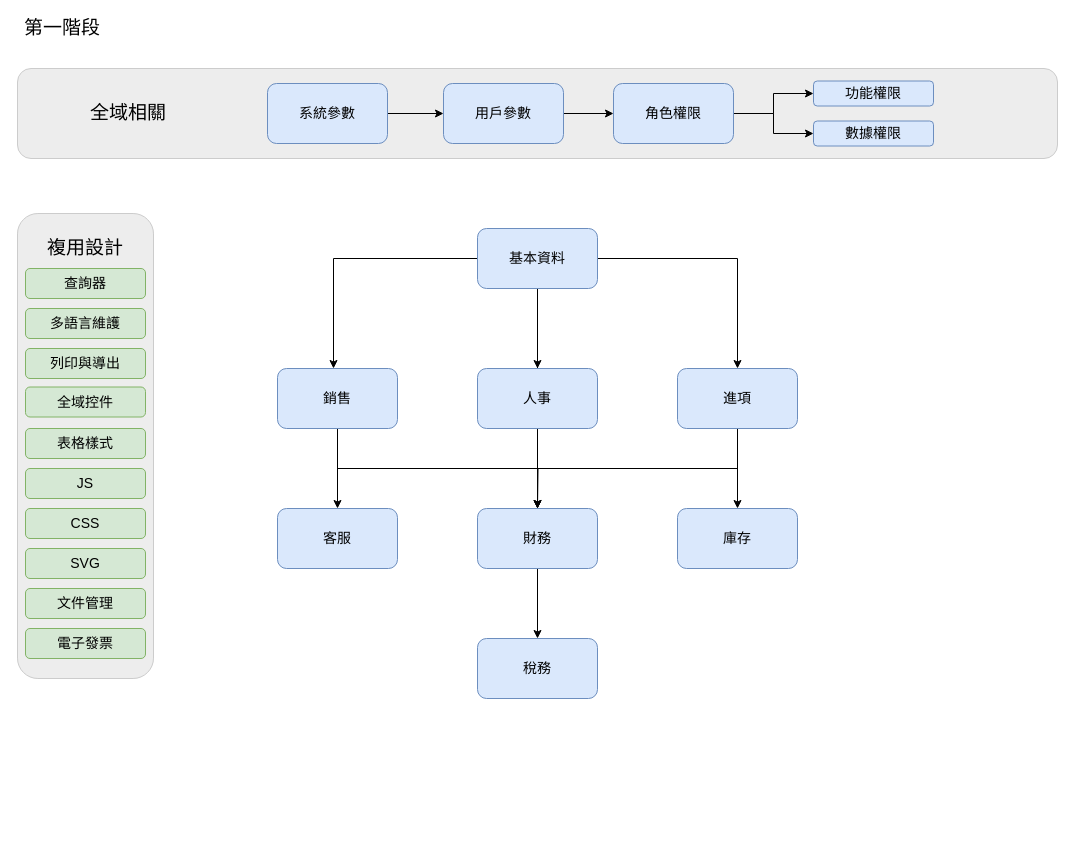
Earlier version of the draw.io diagram fPlus_topModule.drawio (frglobal/documents). Source tidied: cells renumbered, new cells numbered last; positions are measured from the earlier drawing's top-left corner, leaving out a move shared by most shapes. Both pictures are drawn from the tidied source at 100%, with x=0, y=0 at pixel (17, 18).
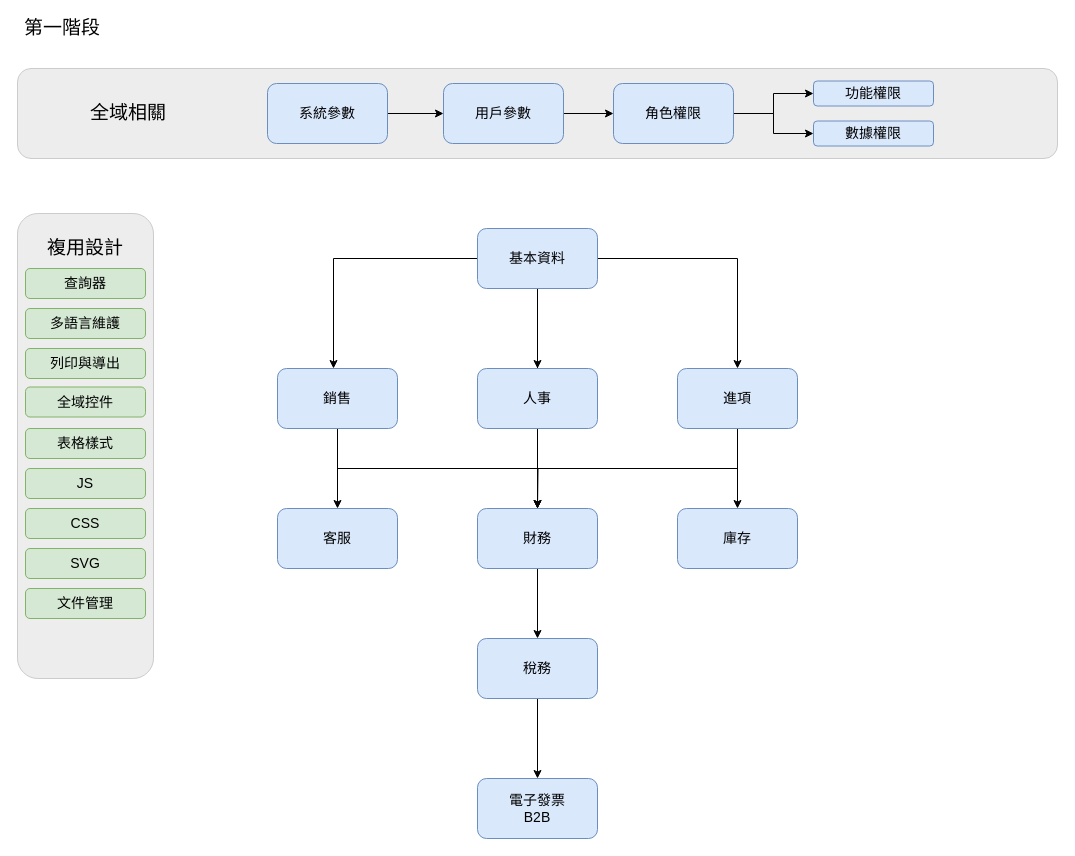
After the change.

The change refers to these unchanged cells:
```xml
<mxCell id="11" value="稅務" style="rounded=1;whiteSpace=wrap;html=1;fillColor=#dae8fc;strokeColor=#6c8ebf;fontFamily=Noto Sans TC;fontSize=14;" parent="1" vertex="1">
  <mxGeometry x="460" y="620" width="120" height="60" as="geometry" />
</mxCell>
```

The edit, as a diff of the source:
```diff
@@
+    <mxCell id="44" style="edgeStyle=orthogonalEdgeStyle;rounded=0;jettySize=auto;html=1;" parent="1" edge="1" source="11" target="45">
+      <mxGeometry relative="1" as="geometry" />
+    </mxCell>
@@
+    <mxCell id="45" value="電子發票&lt;br&gt;B2B" style="rounded=1;whiteSpace=wrap;html=1;fillColor=#dae8fc;strokeColor=#6c8ebf;fontFamily=Noto Sans TC;fontSize=14;" parent="1" vertex="1">
+      <mxGeometry x="460" y="760" width="120" height="60" as="geometry" />
+    </mxCell>
@@
-    <mxCell id="43" value="電子發票" style="rounded=1;whiteSpace=wrap;html=1;fillColor=#d5e8d4;strokeColor=#82b366;fontFamily=Noto Sans TC;fontSize=14;" parent="1" vertex="1">
-      <mxGeometry x="8" y="610" width="120" height="30" as="geometry" />
-    </mxCell>
```
